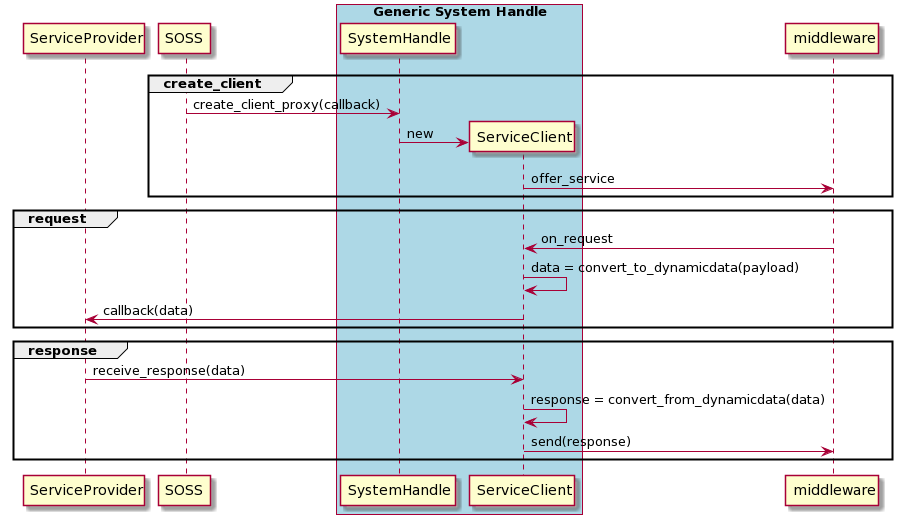
Above: docs/images/service_client.png in eProsima/Integration-Service-docs (PlantUML), before the change. The source it was exported from:
```plantuml
@startuml
participant ServiceProvider


group #transparent create_client
    SOSS -> "SystemHandle" as SH : create_client_proxy(callback)
    create ServiceClient
    SH -> ServiceClient : new
    ServiceClient -> middleware : offer_service
end


group #transparent request
    middleware -> ServiceClient : on_request
    ServiceClient -> ServiceClient : data = convert_to_dynamicdata(payload)
    ServiceClient -> ServiceProvider : callback(data)
end


group #transparent response
    ServiceProvider -> ServiceClient : receive_response(data)
    ServiceClient -> ServiceClient : response = convert_from_dynamicdata(data)
    ServiceClient -> middleware : send(response)
end


box "Generic System Handle" #LightBlue
        participant SH
        participant ServiceClient
end box


participant middleware
@enduml
```
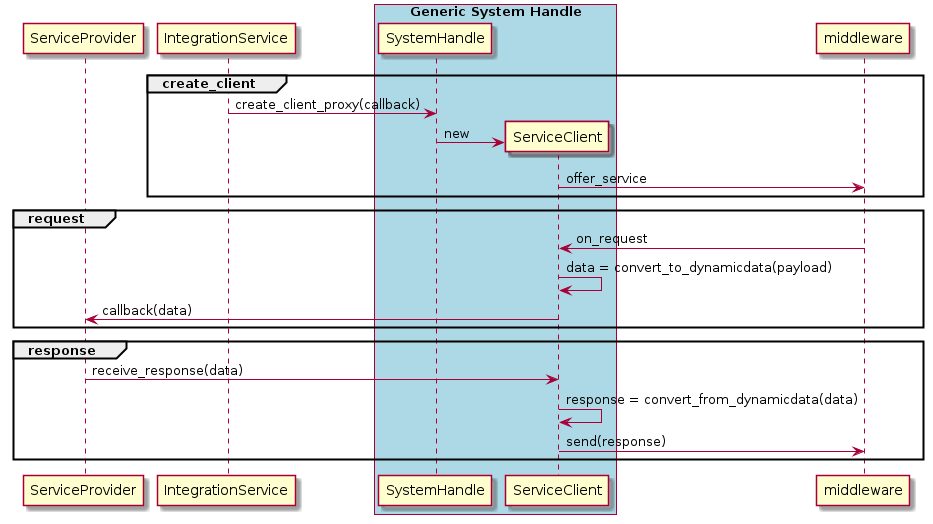
The same diagram one commit later.

Change to the diagram source:
```diff
@@ -1,9 +1,11 @@
 @startuml
+
+
 participant ServiceProvider
 
 
 group #transparent create_client
-    SOSS -> "SystemHandle" as SH : create_client_proxy(callback)
+    IntegrationService -> "SystemHandle" as SH : create_client_proxy(callback)
     create ServiceClient
     SH -> ServiceClient : new
     ServiceClient -> middleware : offer_service
@@ -31,4 +33,6 @@
 
 
 participant middleware
+
+
 @enduml
```
